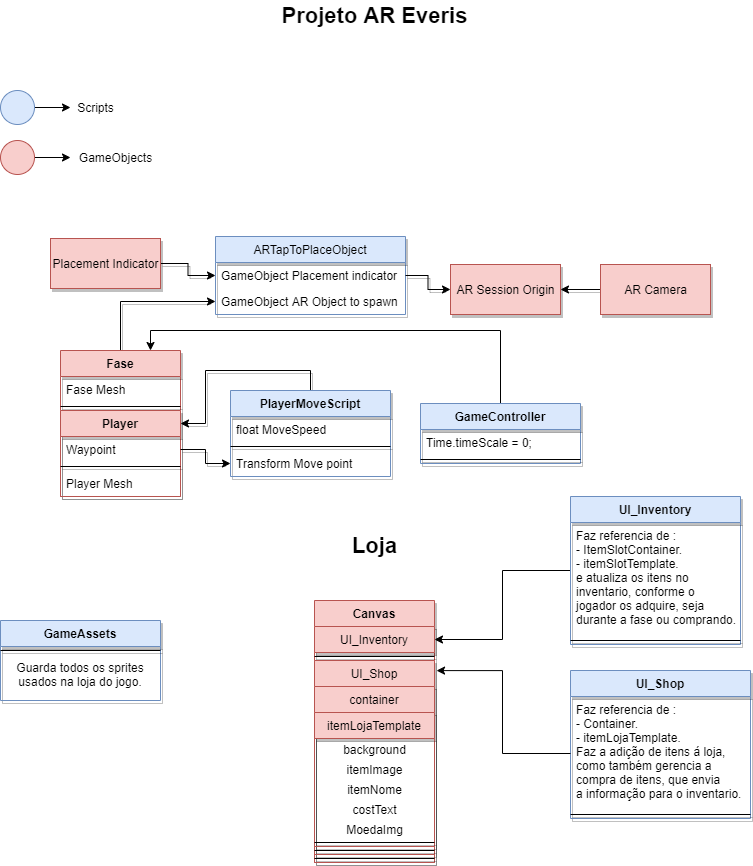
Earlier version of the draw.io export Projeto_AR.drawio.png (machaulay/Fluxograma_ProjetoAR). Source tidied: cells renumbered, new cells last; positions are measured from the earlier drawing's top-left corner, leaving out a move shared by most shapes.
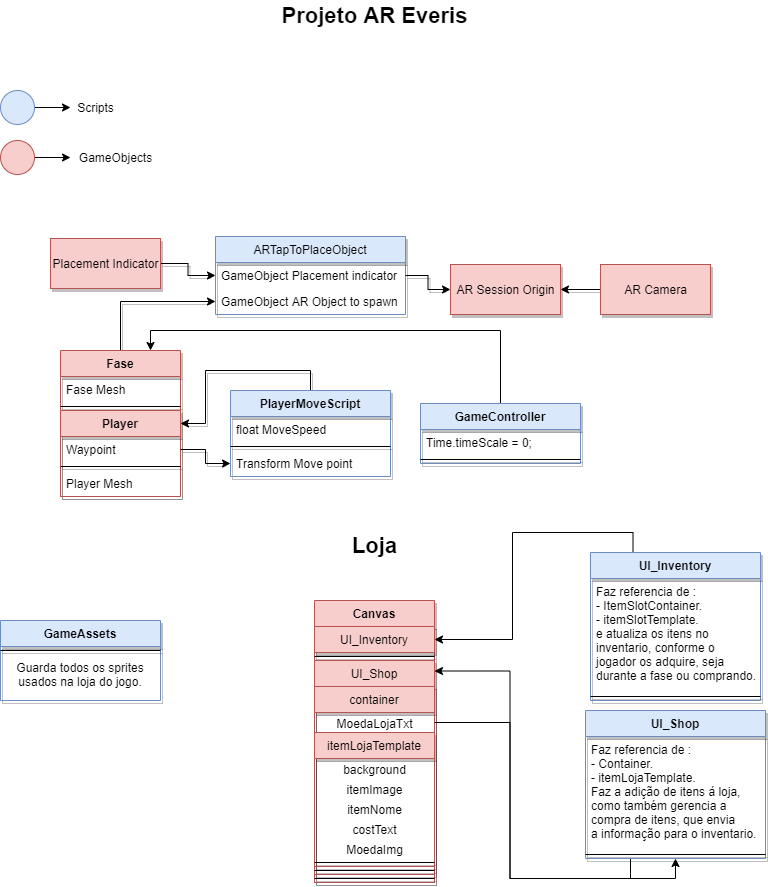
Above is the later version.

What changed in the source:
```diff
@@ -116,11 +116,11 @@
     <mxCell id="39" value="Projeto AR Everis" style="text;html=1;align=center;verticalAlign=middle;fillColor=none;strokeColor=none;rounded=0;fontStyle=1;fontSize=22;" parent="1" vertex="1">
       <mxGeometry x="274" width="200" height="30" as="geometry" />
     </mxCell>
-    <mxCell id="40" style="edgeStyle=orthogonalEdgeStyle;rounded=0;jettySize=auto;html=1;entryX=1;entryY=0.5;entryDx=0;entryDy=0;fontSize=15;" parent="1" edge="1" source="41" target="45">
+    <mxCell id="40" style="edgeStyle=orthogonalEdgeStyle;rounded=0;jettySize=auto;html=1;entryX=1;entryY=0.5;entryDx=0;entryDy=0;fontSize=15;exitX=0.25;exitY=0;exitDx=0;exitDy=0;" parent="1" edge="1" source="41" target="45">
       <mxGeometry relative="1" as="geometry" />
     </mxCell>
     <mxCell id="41" value="UI_Inventory" style="swimlane;fontStyle=1;align=center;verticalAlign=top;horizontal=1;startSize=26;shadow=1;fillColor=#dae8fc;strokeColor=#6c8ebf;" parent="1" vertex="1">
-      <mxGeometry x="570" y="496" width="170" height="148" as="geometry" />
+      <mxGeometry x="590" y="552" width="170" height="148" as="geometry" />
     </mxCell>
     <mxCell id="42" value="Faz referencia de :&#10;- ItemSlotContainer.&#10;- itemSlotTemplate.&#10;e atualiza os itens no &#10;inventario, conforme o &#10;jogador os adquire, seja&#10;durante a fase ou comprando." style="text;strokeColor=none;fillColor=none;align=left;verticalAlign=top;spacingLeft=4;spacingRight=4;overflow=hidden;shadow=1;" parent="41" vertex="1">
       <mxGeometry y="26" width="170" height="114" as="geometry" />
@@ -129,7 +129,7 @@
       <mxGeometry y="140" width="170" height="8" as="geometry" />
     </mxCell>
     <mxCell id="44" value="Canvas" style="swimlane;fontStyle=1;align=center;verticalAlign=top;horizontal=1;startSize=26;shadow=1;fillColor=#f8cecc;strokeColor=#b85450;" parent="1" vertex="1">
-      <mxGeometry x="314" y="600" width="120" height="262" as="geometry" />
+      <mxGeometry x="314" y="600" width="120" height="282" as="geometry" />
     </mxCell>
     <mxCell id="45" value="UI_Inventory" style="swimlane;fontStyle=0;align=center;verticalAlign=top;horizontal=1;startSize=26;shadow=1;fillColor=#f8cecc;strokeColor=#b85450;" parent="44" vertex="1" collapsed="1">
       <mxGeometry y="26" width="120" height="26" as="geometry" />
@@ -138,13 +138,16 @@
       <mxGeometry y="52" width="120" height="8" as="geometry" />
     </mxCell>
     <mxCell id="47" value="UI_Shop" style="swimlane;fontStyle=0;align=center;verticalAlign=top;horizontal=1;startSize=26;shadow=1;fillColor=#f8cecc;strokeColor=#b85450;" parent="44" vertex="1">
-      <mxGeometry y="60" width="120" height="202" as="geometry" />
+      <mxGeometry y="60" width="120" height="222" as="geometry" />
     </mxCell>
     <mxCell id="48" value="container" style="swimlane;fontStyle=0;align=center;verticalAlign=top;horizontal=1;startSize=26;shadow=1;fillColor=#f8cecc;strokeColor=#b85450;" parent="47" vertex="1">
-      <mxGeometry y="26" width="120" height="168" as="geometry" />
+      <mxGeometry y="26" width="120" height="188" as="geometry" />
     </mxCell>
+    <mxCell id="62" value="&lt;span style=&quot;font-size: 12px&quot;&gt;MoedaLojaTxt&lt;/span&gt;" style="text;html=1;align=center;verticalAlign=middle;points=[];fillColor=none;strokeColor=none;rounded=0;fontSize=15;" parent="48" vertex="1">
+      <mxGeometry y="26" width="120" height="20" as="geometry" />
+    </mxCell>
     <mxCell id="49" value="itemLojaTemplate" style="swimlane;fontStyle=0;align=center;verticalAlign=top;horizontal=1;startSize=26;shadow=1;fillColor=#f8cecc;strokeColor=#b85450;" parent="48" vertex="1">
-      <mxGeometry y="26" width="120" height="134" as="geometry" />
+      <mxGeometry y="46" width="120" height="134" as="geometry" />
     </mxCell>
     <mxCell id="50" value="&lt;font style=&quot;font-size: 12px&quot;&gt;background&lt;/font&gt;" style="text;html=1;align=center;verticalAlign=middle;fillColor=none;strokeColor=none;rounded=0;fontSize=15;" parent="49" vertex="1">
       <mxGeometry y="26" width="120" height="20" as="geometry" />
@@ -165,13 +168,16 @@
       <mxGeometry y="126" width="120" height="8" as="geometry" />
     </mxCell>
     <mxCell id="56" style="line;strokeWidth=1;fillColor=none;align=left;verticalAlign=middle;spacingTop=-1;spacingLeft=3;spacingRight=3;labelPosition=right;shadow=1;" parent="48" vertex="1">
-      <mxGeometry y="160" width="120" height="8" as="geometry" />
+      <mxGeometry y="180" width="120" height="8" as="geometry" />
     </mxCell>
     <mxCell id="57" style="line;strokeWidth=1;fillColor=none;align=left;verticalAlign=middle;spacingTop=-1;spacingLeft=3;spacingRight=3;labelPosition=right;shadow=1;" parent="47" vertex="1">
-      <mxGeometry y="194" width="120" height="8" as="geometry" />
+      <mxGeometry y="214" width="120" height="8" as="geometry" />
     </mxCell>
+    <mxCell id="63" style="edgeStyle=orthogonalEdgeStyle;rounded=0;jettySize=auto;html=1;entryX=1;entryY=0.25;entryDx=0;entryDy=0;fontSize=15;exitX=0.25;exitY=1;exitDx=0;exitDy=0;" parent="1" edge="1" source="58" target="44">
+      <mxGeometry relative="1" as="geometry" />
+    </mxCell>
     <mxCell id="58" value="UI_Shop" style="swimlane;fontStyle=1;align=center;verticalAlign=top;horizontal=1;startSize=26;shadow=1;fillColor=#dae8fc;strokeColor=#6c8ebf;" parent="1" vertex="1">
-      <mxGeometry x="570" y="670" width="180" height="148" as="geometry" />
+      <mxGeometry x="585" y="710" width="180" height="148" as="geometry" />
     </mxCell>
     <mxCell id="59" value="Faz referencia de :&#10;- Container.&#10;- itemLojaTemplate.&#10;Faz a adição de itens á loja,&#10;como também gerencia a &#10;compra de itens, que envia &#10;a informação para o inventario." style="text;strokeColor=none;fillColor=none;align=left;verticalAlign=top;spacingLeft=4;spacingRight=4;overflow=hidden;points=[[0,0.5],[1,0.5]];portConstraint=eastwest;shadow=1;" parent="58" vertex="1">
       <mxGeometry y="26" width="180" height="114" as="geometry" />
@@ -179,8 +185,8 @@
     <mxCell id="60" style="line;strokeWidth=1;fillColor=none;align=left;verticalAlign=middle;spacingTop=-1;spacingLeft=3;spacingRight=3;labelPosition=right;shadow=1;" parent="58" vertex="1">
       <mxGeometry y="140" width="180" height="8" as="geometry" />
     </mxCell>
-    <mxCell id="61" style="edgeStyle=orthogonalEdgeStyle;rounded=0;jettySize=auto;html=1;entryX=1.017;entryY=0.05;entryDx=0;entryDy=0;fontSize=15;entryPerimeter=0;" parent="1" edge="1" source="59" target="47">
-      <mxGeometry relative="1" as="geometry" />
-    </mxCell>
+    <mxCell id="64" style="edgeStyle=orthogonalEdgeStyle;rounded=0;jettySize=auto;html=1;entryX=0.5;entryY=1;entryDx=0;entryDy=0;fontSize=15;" parent="1" edge="1" source="62" target="58">
+      <mxGeometry relative="1" as="geometry" />
+    </mxCell>
   </root>
 </mxGraphModel>
```
